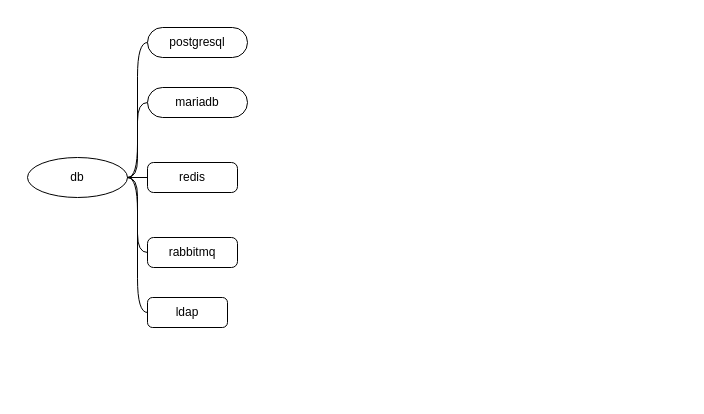
This is page "db" (1 of 8) of db/db.drawio from yangdj/tf_docs, a draw.io file, before an edit. Source tidied: cells renumbered, new cells numbered last; positions are measured from the earlier drawing's top-left corner, leaving out a move shared by most shapes. Both pictures are drawn from the tidied source at 100%, with x=0, y=0 at pixel (17, 17).
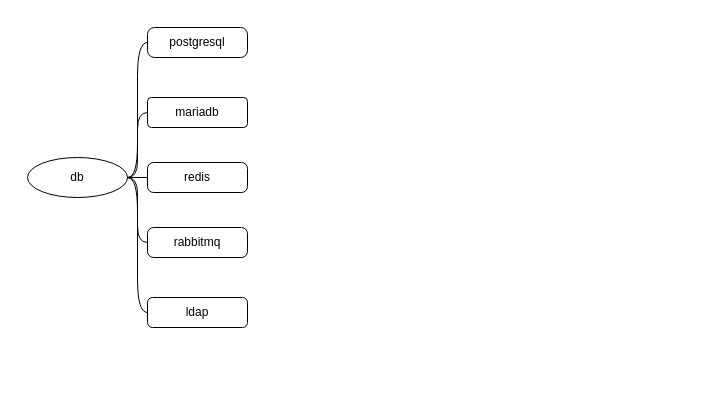
The same page after the edit.

Diff of the diagram source:
```diff
@@
 <mxGraphModel>
   <root>
     <mxCell id="0" />
     <mxCell id="1" parent="0" />
     <mxCell id="2" style="swimlane;html=1;startSize=20;horizontal=1;containerType=tree;fillColor=none;strokeColor=none;" parent="1" vertex="1">
       <mxGeometry width="670" height="380" as="geometry" />
     </mxCell>
     <mxCell id="3" style="edgeStyle=entityRelationEdgeStyle;startArrow=none;endArrow=none;segment=10;curved=1;" parent="2" edge="1" source="4" target="5">
       <mxGeometry relative="1" as="geometry" />
     </mxCell>
     <mxCell id="4" value="db" style="ellipse;whiteSpace=wrap;html=1;align=center;" parent="2" vertex="1">
       <mxGeometry x="10" y="140" width="100" height="40" as="geometry" />
     </mxCell>
-    <mxCell id="5" value="postgresql" style="whiteSpace=wrap;html=1;rounded=1;arcSize=50;align=center;verticalAlign=middle;strokeWidth=1;spacing=4;" parent="2" vertex="1">
+    <mxCell id="5" value="postgresql" style="whiteSpace=wrap;html=1;rounded=1;arcSize=23;align=center;verticalAlign=middle;strokeWidth=1;spacing=4;" parent="2" vertex="1">
       <mxGeometry x="130" y="10" width="100" height="30" as="geometry" />
     </mxCell>
     <mxCell id="6" style="edgeStyle=entityRelationEdgeStyle;startArrow=none;endArrow=none;segment=10;curved=1;" parent="2" edge="1" source="4" target="7">
       <mxGeometry relative="1" as="geometry" />
     </mxCell>
-    <mxCell id="7" value="mariadb" style="whiteSpace=wrap;html=1;rounded=1;arcSize=50;align=center;verticalAlign=middle;strokeWidth=1;spacing=4;" parent="2" vertex="1">
-      <mxGeometry x="130" y="70" width="100" height="30" as="geometry" />
+    <mxCell id="7" value="mariadb" style="whiteSpace=wrap;html=1;rounded=1;arcSize=13;align=center;verticalAlign=middle;strokeWidth=1;spacing=4;" parent="2" vertex="1">
+      <mxGeometry x="130" y="80" width="100" height="30" as="geometry" />
     </mxCell>
     <mxCell id="8" style="edgeStyle=entityRelationEdgeStyle;startArrow=none;endArrow=none;segment=10;curved=1;" parent="2" edge="1" source="4" target="9">
       <mxGeometry relative="1" as="geometry" />
     </mxCell>
     <mxCell id="9" value="redis" style="whiteSpace=wrap;html=1;rounded=1;arcSize=20;align=center;verticalAlign=middle;strokeWidth=1;spacing=4;" parent="2" vertex="1">
-      <mxGeometry x="130" y="145" width="90" height="30" as="geometry" />
+      <mxGeometry x="130" y="145" width="100" height="30" as="geometry" />
     </mxCell>
     <mxCell id="10" style="edgeStyle=entityRelationEdgeStyle;startArrow=none;endArrow=none;segment=10;curved=1;" parent="2" edge="1" source="4" target="11">
       <mxGeometry relative="1" as="geometry" />
     </mxCell>
     <mxCell id="11" value="rabbitmq" style="whiteSpace=wrap;html=1;rounded=1;arcSize=20;align=center;verticalAlign=middle;strokeWidth=1;spacing=4;" parent="2" vertex="1">
-      <mxGeometry x="130" y="220" width="90" height="30" as="geometry" />
+      <mxGeometry x="130" y="210" width="100" height="30" as="geometry" />
     </mxCell>
     <mxCell id="12" style="edgeStyle=entityRelationEdgeStyle;startArrow=none;endArrow=none;segment=10;curved=1;" parent="2" edge="1" source="4" target="13">
       <mxGeometry relative="1" as="geometry" />
     </mxCell>
     <mxCell id="13" value="ldap" style="whiteSpace=wrap;html=1;rounded=1;arcSize=17;align=center;verticalAlign=middle;strokeWidth=1;spacing=4;" parent="2" vertex="1">
-      <mxGeometry x="130" y="280" width="80" height="30" as="geometry" />
+      <mxGeometry x="130" y="280" width="100" height="30" as="geometry" />
     </mxCell>
   </root>
 </mxGraphModel>
```
